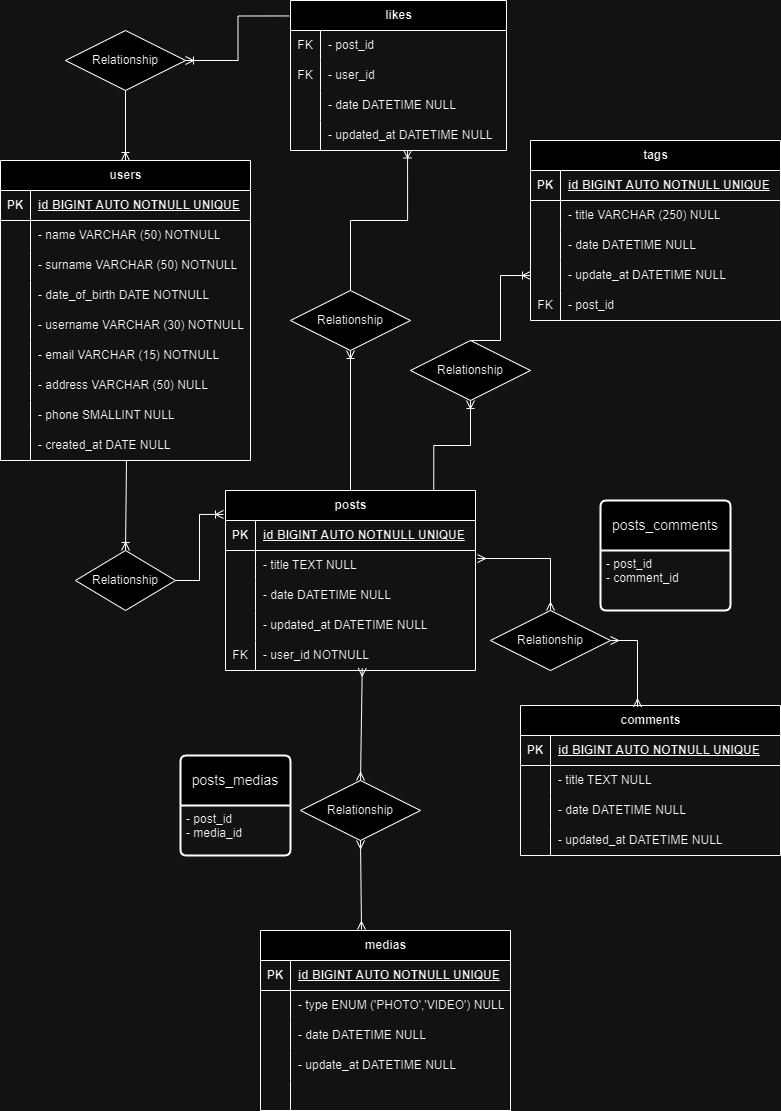
Before: social-platform-milestone-2.drawio.png, a diagram exported from draw.io (francescodigiamb/social-platform). Source tidied: cells renumbered, new cells last; positions are measured from the earlier drawing's top-left corner, leaving out a move shared by most shapes.
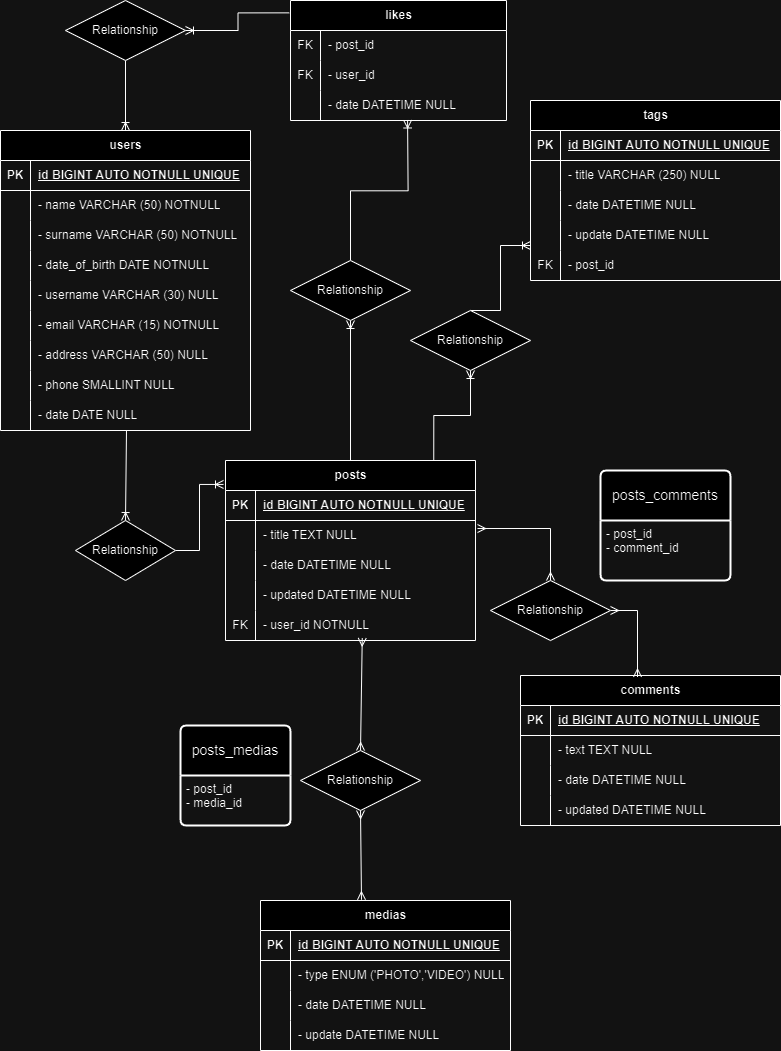
After the commit.

Diff of the diagram source:
```diff
@@ -38,7 +38,7 @@
     <mxCell id="13" style="shape=partialRectangle;fillColor=none;top=0;left=0;bottom=0;right=0;overflow=hidden;whiteSpace=wrap;html=1;" parent="12" vertex="1">
       <mxGeometry width="30" height="30" as="geometry" />
     </mxCell>
-    <mxCell id="14" value="- updated_at DATETIME NULL" style="shape=partialRectangle;fillColor=none;top=0;left=0;bottom=0;right=0;align=left;spacingLeft=6;overflow=hidden;whiteSpace=wrap;html=1;" parent="12" vertex="1">
+    <mxCell id="14" value="- updated DATETIME NULL" style="shape=partialRectangle;fillColor=none;top=0;left=0;bottom=0;right=0;align=left;spacingLeft=6;overflow=hidden;whiteSpace=wrap;html=1;" parent="12" vertex="1">
       <mxGeometry x="30" width="220" height="30" as="geometry" />
     </mxCell>
     <mxCell id="15" style="shape=tableRow;horizontal=0;startSize=0;swimlaneHead=0;swimlaneBody=0;fillColor=none;points=[[0,0.5],[1,0.5]];portConstraint=eastwest;top=0;left=0;right=0;bottom=0;" parent="2" vertex="1">
@@ -95,7 +95,7 @@
     <mxCell id="32" style="shape=partialRectangle;fillColor=none;top=0;left=0;bottom=0;right=0;overflow=hidden;whiteSpace=wrap;html=1;" parent="31" vertex="1">
       <mxGeometry width="30" height="30" as="geometry" />
     </mxCell>
-    <mxCell id="33" value="- username VARCHAR (30) NOTNULL" style="shape=partialRectangle;fillColor=none;top=0;left=0;bottom=0;right=0;align=left;spacingLeft=6;overflow=hidden;whiteSpace=wrap;html=1;" parent="31" vertex="1">
+    <mxCell id="33" value="- username VARCHAR (30) NULL" style="shape=partialRectangle;fillColor=none;top=0;left=0;bottom=0;right=0;align=left;spacingLeft=6;overflow=hidden;whiteSpace=wrap;html=1;" parent="31" vertex="1">
       <mxGeometry x="30" width="220" height="30" as="geometry" />
     </mxCell>
     <mxCell id="34" style="shape=tableRow;horizontal=0;startSize=0;swimlaneHead=0;swimlaneBody=0;fillColor=none;top=0;left=0;right=0;bottom=0;" parent="18" vertex="1">
@@ -131,7 +131,7 @@
     <mxCell id="44" style="shape=partialRectangle;fillColor=none;top=0;left=0;bottom=0;right=0;overflow=hidden;whiteSpace=wrap;html=1;" parent="43" vertex="1">
       <mxGeometry width="30" height="30" as="geometry" />
     </mxCell>
-    <mxCell id="45" value="- created_at DATE NULL" style="shape=partialRectangle;fillColor=none;top=0;left=0;bottom=0;right=0;align=left;spacingLeft=6;overflow=hidden;whiteSpace=wrap;html=1;" parent="43" vertex="1">
+    <mxCell id="45" value="- date DATE NULL" style="shape=partialRectangle;fillColor=none;top=0;left=0;bottom=0;right=0;align=left;spacingLeft=6;overflow=hidden;whiteSpace=wrap;html=1;" parent="43" vertex="1">
       <mxGeometry x="30" width="220" height="30" as="geometry" />
     </mxCell>
     <mxCell id="46" style="edgeStyle=elbowEdgeStyle;fontSize=12;html=1;endArrow=ERoneToMany;rounded=0;entryX=-0.008;entryY=0.133;entryDx=0;entryDy=0;entryPerimeter=0;exitX=1;exitY=0.5;exitDx=0;exitDy=0;" parent="1" edge="1" source="48" target="2">
@@ -144,7 +144,7 @@
       <mxGeometry x="75" y="550" width="100" height="60" as="geometry" />
     </mxCell>
     <mxCell id="49" value="medias" style="shape=table;startSize=30;rowLines=0;fontStyle=1;align=center;html=1;" parent="1" vertex="1">
-      <mxGeometry x="260" y="930" width="250" height="180" as="geometry" />
+      <mxGeometry x="260" y="930" width="250" height="150" as="geometry" />
     </mxCell>
     <mxCell id="50" style="shape=tableRow;horizontal=0;startSize=0;swimlaneHead=0;swimlaneBody=0;fillColor=none;top=0;left=0;right=0;bottom=1;" parent="49" vertex="1">
       <mxGeometry y="30" width="250" height="30" as="geometry" />
@@ -179,18 +179,9 @@
     <mxCell id="60" style="shape=partialRectangle;fillColor=none;top=0;left=0;bottom=0;right=0;overflow=hidden;whiteSpace=wrap;html=1;" parent="59" vertex="1">
       <mxGeometry width="30" height="30" as="geometry" />
     </mxCell>
-    <mxCell id="61" value="- update_at DATETIME NULL" style="shape=partialRectangle;fillColor=none;top=0;left=0;bottom=0;right=0;align=left;spacingLeft=6;overflow=hidden;whiteSpace=wrap;html=1;" parent="59" vertex="1">
+    <mxCell id="61" value="- update DATETIME NULL" style="shape=partialRectangle;fillColor=none;top=0;left=0;bottom=0;right=0;align=left;spacingLeft=6;overflow=hidden;whiteSpace=wrap;html=1;" parent="59" vertex="1">
       <mxGeometry x="30" width="220" height="30" as="geometry" />
     </mxCell>
-    <mxCell id="62" style="shape=tableRow;horizontal=0;startSize=0;swimlaneHead=0;swimlaneBody=0;fillColor=none;top=0;left=0;right=0;bottom=0;" parent="49" vertex="1">
-      <mxGeometry y="150" width="250" height="30" as="geometry" />
-    </mxCell>
-    <mxCell id="63" style="shape=partialRectangle;fillColor=none;top=0;left=0;bottom=0;right=0;overflow=hidden;whiteSpace=wrap;html=1;" parent="62" vertex="1">
-      <mxGeometry width="30" height="30" as="geometry" />
-    </mxCell>
-    <mxCell id="64" style="shape=partialRectangle;fillColor=none;top=0;left=0;bottom=0;right=0;align=left;spacingLeft=6;overflow=hidden;whiteSpace=wrap;html=1;" parent="62" vertex="1">
-      <mxGeometry x="30" width="220" height="30" as="geometry" />
-    </mxCell>
     <mxCell id="65" style="fontSize=12;html=1;endArrow=ERmany;startArrow=ERmany;rounded=0;entryX=0.547;entryY=0.917;entryDx=0;entryDy=0;exitX=0.5;exitY=0;exitDx=0;exitDy=0;entryPerimeter=0;" parent="1" edge="1" source="66" target="15">
       <mxGeometry relative="1" as="geometry" />
     </mxCell>
@@ -207,7 +198,7 @@
       <mxGeometry relative="1" as="geometry" />
     </mxCell>
     <mxCell id="70" value="tags" style="shape=table;startSize=30;rowLines=0;fontStyle=1;align=center;html=1;" parent="1" vertex="1">
-      <mxGeometry x="530" y="140" width="250" height="180" as="geometry" />
+      <mxGeometry x="530" y="130" width="250" height="180" as="geometry" />
     </mxCell>
     <mxCell id="71" style="shape=tableRow;horizontal=0;startSize=0;swimlaneHead=0;swimlaneBody=0;fillColor=none;top=0;left=0;right=0;bottom=1;" parent="70" vertex="1">
       <mxGeometry y="30" width="250" height="30" as="geometry" />
@@ -242,7 +233,7 @@
     <mxCell id="81" style="shape=partialRectangle;fillColor=none;top=0;left=0;bottom=0;right=0;overflow=hidden;whiteSpace=wrap;html=1;" parent="80" vertex="1">
       <mxGeometry width="30" height="30" as="geometry" />
     </mxCell>
-    <mxCell id="82" value="- update_at DATETIME NULL" style="shape=partialRectangle;fillColor=none;top=0;left=0;bottom=0;right=0;align=left;spacingLeft=6;overflow=hidden;whiteSpace=wrap;html=1;" parent="80" vertex="1">
+    <mxCell id="82" value="- update DATETIME NULL" style="shape=partialRectangle;fillColor=none;top=0;left=0;bottom=0;right=0;align=left;spacingLeft=6;overflow=hidden;whiteSpace=wrap;html=1;" parent="80" vertex="1">
       <mxGeometry x="30" width="220" height="30" as="geometry" />
     </mxCell>
     <mxCell id="83" style="shape=tableRow;horizontal=0;startSize=0;swimlaneHead=0;swimlaneBody=0;fillColor=none;top=0;left=0;right=0;bottom=0;" parent="70" vertex="1">
@@ -283,7 +274,7 @@
     <mxCell id="94" style="shape=partialRectangle;fillColor=none;top=0;left=0;bottom=0;right=0;overflow=hidden;whiteSpace=wrap;html=1;" parent="93" vertex="1">
       <mxGeometry width="30" height="30" as="geometry" />
     </mxCell>
-    <mxCell id="95" value="- title TEXT NULL" style="shape=partialRectangle;fillColor=none;top=0;left=0;bottom=0;right=0;align=left;spacingLeft=6;overflow=hidden;whiteSpace=wrap;html=1;" parent="93" vertex="1">
+    <mxCell id="95" value="- text TEXT NULL" style="shape=partialRectangle;fillColor=none;top=0;left=0;bottom=0;right=0;align=left;spacingLeft=6;overflow=hidden;whiteSpace=wrap;html=1;" parent="93" vertex="1">
       <mxGeometry x="30" width="230" height="30" as="geometry" />
     </mxCell>
     <mxCell id="96" style="shape=tableRow;horizontal=0;startSize=0;swimlaneHead=0;swimlaneBody=0;fillColor=none;top=0;left=0;right=0;bottom=0;" parent="89" vertex="1">
@@ -301,7 +292,7 @@
     <mxCell id="100" style="shape=partialRectangle;fillColor=none;top=0;left=0;bottom=0;right=0;overflow=hidden;whiteSpace=wrap;html=1;" parent="99" vertex="1">
       <mxGeometry width="30" height="30" as="geometry" />
     </mxCell>
-    <mxCell id="101" value="- updated_at DATETIME NULL" style="shape=partialRectangle;fillColor=none;top=0;left=0;bottom=0;right=0;align=left;spacingLeft=6;overflow=hidden;whiteSpace=wrap;html=1;" parent="99" vertex="1">
+    <mxCell id="101" value="- updated DATETIME NULL" style="shape=partialRectangle;fillColor=none;top=0;left=0;bottom=0;right=0;align=left;spacingLeft=6;overflow=hidden;whiteSpace=wrap;html=1;" parent="99" vertex="1">
       <mxGeometry x="30" width="230" height="30" as="geometry" />
     </mxCell>
     <mxCell id="102" style="edgeStyle=orthogonalEdgeStyle;fontSize=12;html=1;endArrow=ERmany;startArrow=ERmany;rounded=0;elbow=vertical;exitX=0.5;exitY=0;exitDx=0;exitDy=0;entryX=1.008;entryY=0.267;entryDx=0;entryDy=0;entryPerimeter=0;" parent="1" edge="1" source="104" target="6">
@@ -328,8 +319,10 @@
     <mxCell id="109" value="Relationship" style="shape=rhombus;perimeter=rhombusPerimeter;whiteSpace=wrap;html=1;align=center;" parent="1" vertex="1">
       <mxGeometry x="65" y="30" width="120" height="60" as="geometry" />
     </mxCell>
-    <mxCell id="110" style="fontSize=12;html=1;endArrow=ERoneToMany;rounded=0;elbow=vertical;exitX=0.5;exitY=0;exitDx=0;exitDy=0;entryX=0.542;entryY=0.983;entryDx=0;entryDy=0;entryPerimeter=0;edgeStyle=orthogonalEdgeStyle;" parent="1" edge="1" source="112" target="123">
-      <mxGeometry relative="1" as="geometry" />
+    <mxCell id="110" style="fontSize=12;html=1;endArrow=ERoneToMany;rounded=0;elbow=vertical;exitX=0.5;exitY=0;exitDx=0;exitDy=0;entryX=0.542;entryY=0.983;entryDx=0;entryDy=0;entryPerimeter=0;edgeStyle=orthogonalEdgeStyle;" parent="1" edge="1" source="112">
+      <mxGeometry relative="1" as="geometry">
+        <mxPoint x="407.1" y="149.5" as="targetPoint" />
+      </mxGeometry>
     </mxCell>
     <mxCell id="111" style="fontSize=12;html=1;endArrow=ERoneToMany;rounded=0;elbow=vertical;exitX=0.5;exitY=0;exitDx=0;exitDy=0;" parent="1" edge="1" source="2" target="112">
       <mxGeometry relative="1" as="geometry" />
@@ -338,7 +331,7 @@
       <mxGeometry x="290" y="290" width="120" height="60" as="geometry" />
     </mxCell>
     <mxCell id="113" value="likes" style="shape=table;startSize=30;rowLines=0;fontStyle=1;align=center;html=1;" parent="1" vertex="1">
-      <mxGeometry x="290" width="216" height="150" as="geometry" />
+      <mxGeometry x="290" y="30" width="216" height="120" as="geometry" />
     </mxCell>
     <mxCell id="114" style="shape=tableRow;horizontal=0;startSize=0;swimlaneHead=0;swimlaneBody=0;fillColor=none;top=0;left=0;right=0;bottom=0;" parent="113" vertex="1">
       <mxGeometry y="30" width="216" height="30" as="geometry" />
@@ -367,14 +360,5 @@
     <mxCell id="122" value="- date DATETIME NULL" style="shape=partialRectangle;fillColor=none;top=0;left=0;bottom=0;right=0;align=left;spacingLeft=6;overflow=hidden;whiteSpace=wrap;html=1;" parent="120" vertex="1">
       <mxGeometry x="30" width="186" height="30" as="geometry" />
     </mxCell>
-    <mxCell id="123" style="shape=tableRow;horizontal=0;startSize=0;swimlaneHead=0;swimlaneBody=0;fillColor=none;points=[[0,0.5],[1,0.5]];portConstraint=eastwest;top=0;left=0;right=0;bottom=0;" parent="113" vertex="1">
-      <mxGeometry y="120" width="216" height="30" as="geometry" />
-    </mxCell>
-    <mxCell id="124" style="shape=partialRectangle;fillColor=none;top=0;left=0;bottom=0;right=0;overflow=hidden;whiteSpace=wrap;html=1;" parent="123" vertex="1">
-      <mxGeometry width="30" height="30" as="geometry" />
-    </mxCell>
-    <mxCell id="125" value="- updated_at DATETIME NULL" style="shape=partialRectangle;fillColor=none;top=0;left=0;bottom=0;right=0;align=left;spacingLeft=6;overflow=hidden;whiteSpace=wrap;html=1;" parent="123" vertex="1">
-      <mxGeometry x="30" width="186" height="30" as="geometry" />
-    </mxCell>
   </root>
 </mxGraphModel>
```
